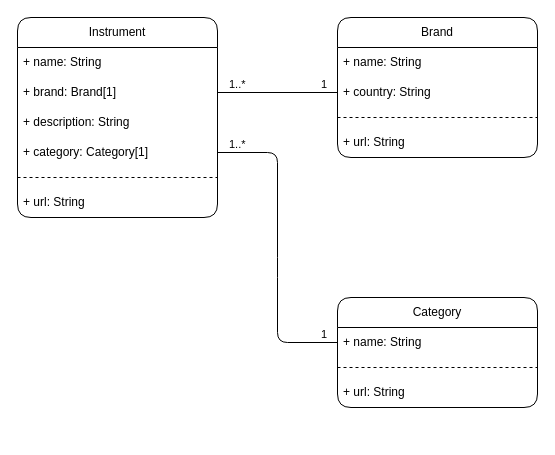
The draw.io diagram specification/database-diagram.drawio in davmedeiros/inventory-application, before the edit. Source tidied: cells renumbered, new cells numbered last; positions are measured from the earlier drawing's top-left corner, leaving out a move shared by most shapes. Both pictures are drawn from the tidied source at 100%, with x=0, y=0 at pixel (17, 17).
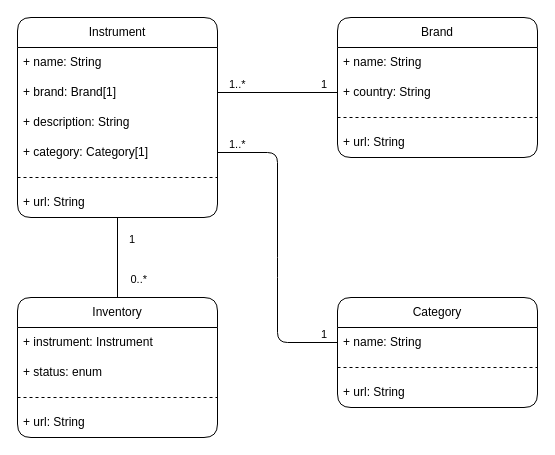
The same page after the edit.

Commit message:
Draw Inventory table

The change refers to these unchanged cells:
```xml
<mxCell id="2" value="Instrument" style="swimlane;fontStyle=0;horizontal=1;startSize=30;whiteSpace=wrap;html=1;rounded=1;swimlaneLine=1;shadow=0;strokeColor=default;" parent="1" vertex="1">
  <mxGeometry width="200" height="200" as="geometry" />
</mxCell>
```

Diff of the diagram source:
```diff
@@
+    <mxCell id="24" value="Inventory" style="swimlane;fontStyle=0;horizontal=1;startSize=30;whiteSpace=wrap;html=1;rounded=1;swimlaneLine=1;shadow=0;strokeColor=default;" parent="1" vertex="1">
+      <mxGeometry y="280" width="200" height="140" as="geometry" />
+    </mxCell>
+    <mxCell id="25" value="+ instrument: Instrument" style="text;strokeColor=none;fillColor=none;align=left;verticalAlign=middle;spacingLeft=4;spacingRight=4;overflow=hidden;whiteSpace=wrap;html=1;" parent="24" vertex="1">
+      <mxGeometry y="30" width="200" height="30" as="geometry" />
+    </mxCell>
+    <mxCell id="26" value="+ status: enum" style="text;strokeColor=none;fillColor=none;align=left;verticalAlign=middle;spacingLeft=4;spacingRight=4;overflow=hidden;whiteSpace=wrap;html=1;" parent="24" vertex="1">
+      <mxGeometry y="60" width="200" height="30" as="geometry" />
+    </mxCell>
+    <mxCell id="27" style="shape=crossbar;whiteSpace=wrap;html=1;rounded=1;shadow=0;glass=0;dashed=1;sketch=0;strokeColor=default;fillColor=none;" parent="24" vertex="1">
+      <mxGeometry y="90" width="200" height="20" as="geometry" />
+    </mxCell>
+    <mxCell id="28" value="+ url: String" style="text;strokeColor=none;fillColor=none;align=left;verticalAlign=middle;spacingLeft=4;spacingRight=4;overflow=hidden;whiteSpace=wrap;html=1;" parent="24" vertex="1">
+      <mxGeometry y="110" width="200" height="30" as="geometry" />
+    </mxCell>
+    <mxCell id="29" style="endArrow=none;html=1;entryX=0.5;entryY=0;entryDx=0;entryDy=0;endFill=0;exitX=0.5;exitY=1;exitDx=0;exitDy=0;" parent="1" edge="1" source="2" target="24">
+      <mxGeometry relative="1" as="geometry" />
+    </mxCell>
+    <mxCell id="30" value="1" style="edgeLabel;html=1;align=left;verticalAlign=bottom;rounded=0;shadow=0;glass=0;dashed=1;sketch=0;strokeColor=default;fillColor=none;" parent="29" vertex="1">
+      <mxGeometry x="-1" relative="1" as="geometry">
+        <mxPoint x="10" y="30" as="offset" />
+      </mxGeometry>
+    </mxCell>
+    <mxCell id="31" value="0..*" style="edgeLabel;html=1;align=right;verticalAlign=bottom;rounded=0;shadow=0;glass=0;dashed=1;sketch=0;strokeColor=default;fillColor=none;" parent="29" vertex="1">
+      <mxGeometry x="1" relative="1" as="geometry">
+        <mxPoint x="30" y="-10" as="offset" />
+      </mxGeometry>
+    </mxCell>
```
